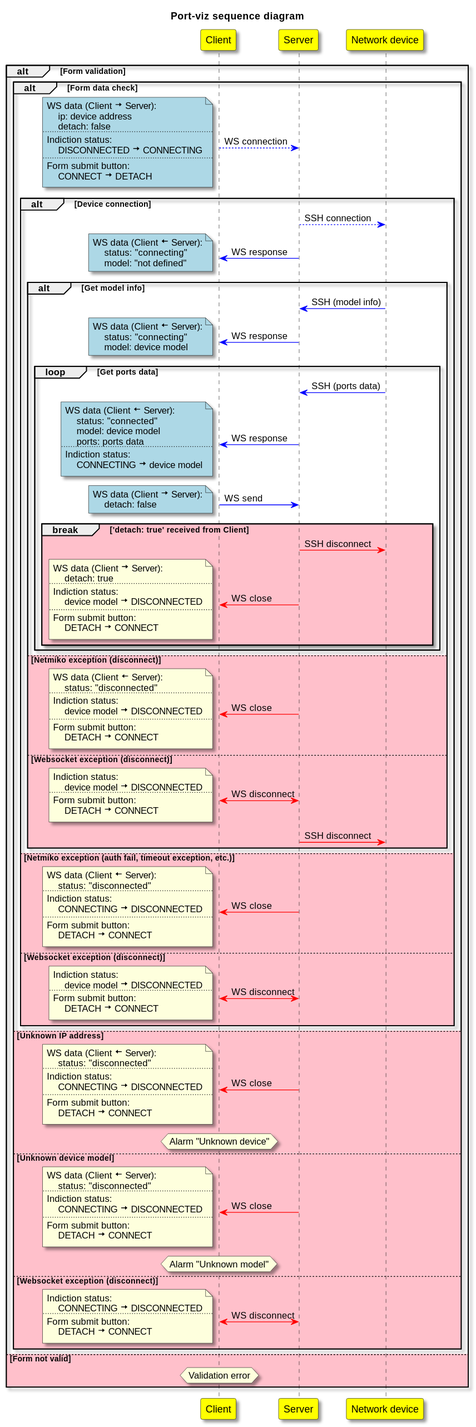
Above: port-viz.svg in dzmartli/port-viz (PlantUML), before the change.
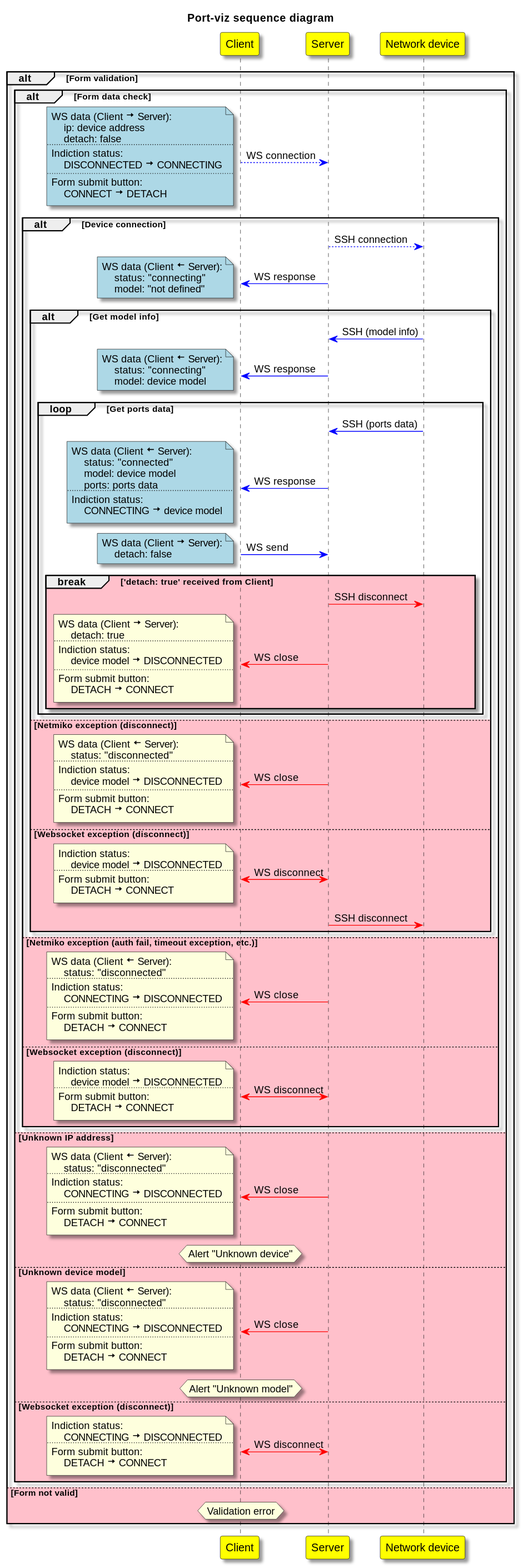
After the change.

Change to the diagram source:
```diff
@@ -128,7 +128,7 @@
             Form submit button:
                 DETACH <&arrow-right> CONNECT
         end note
-        hnote over Foo1 : Alarm "Unknown device"
+        hnote over Foo1 : Alert "Unknown device"
     else #Pink Unknown device model
         Foo1 <-[#red] Foo2 : WS close
         note left
@@ -141,7 +141,7 @@
             Form submit button:
                 DETACH <&arrow-right> CONNECT
         end note
-        hnote over Foo1 : Alarm "Unknown model"
+        hnote over Foo1 : Alert "Unknown model"
     else #Pink Websocket exception (disconnect)
         Foo1 <-[#red]> Foo2 : WS disconnect
         note left
```
